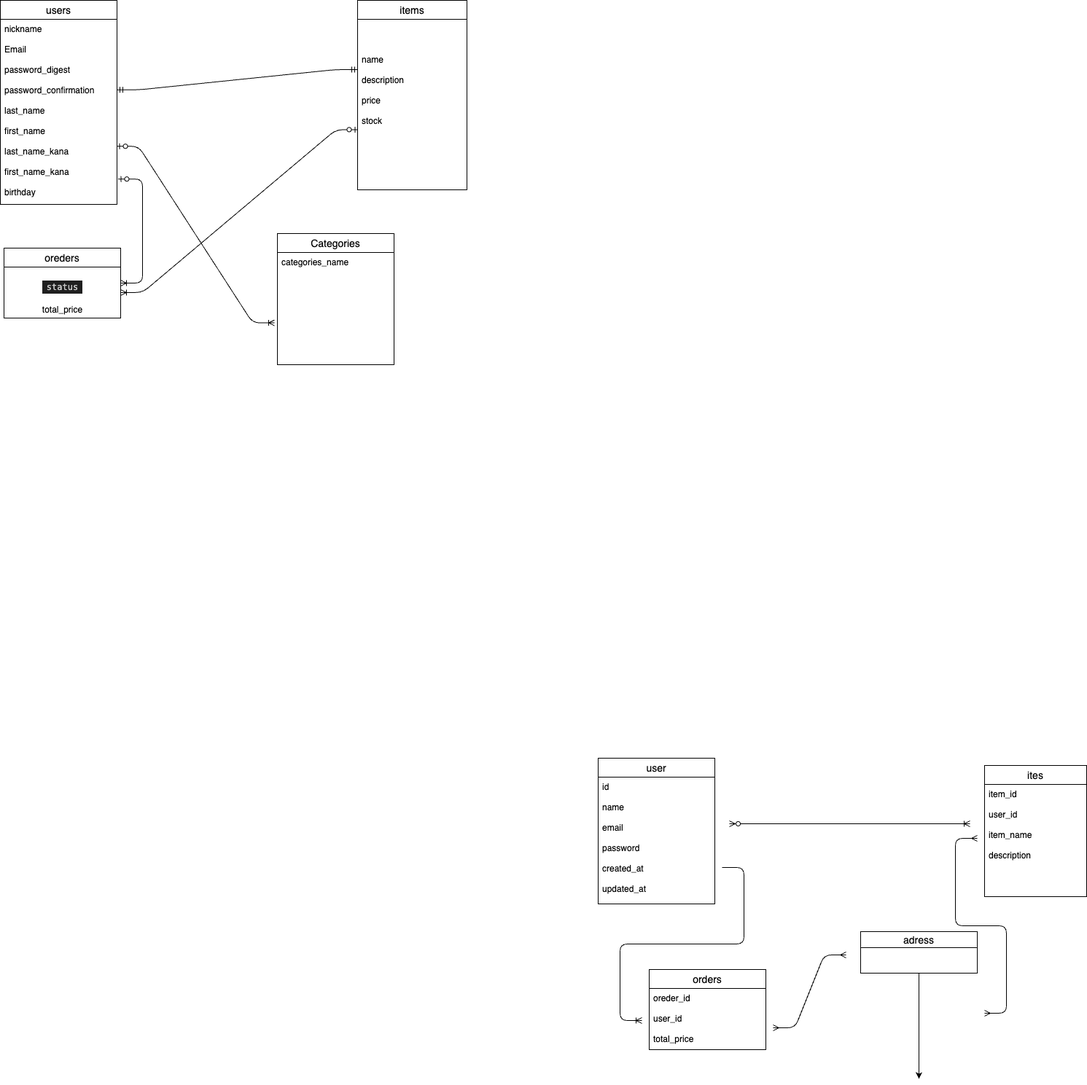
The draw.io diagram drow/furima.drawio.png in takashi14-07/furima-41447, before a commit. Source tidied: cells renumbered, new cells last; positions are measured from the earlier drawing's top-left corner, leaving out a move shared by most shapes.
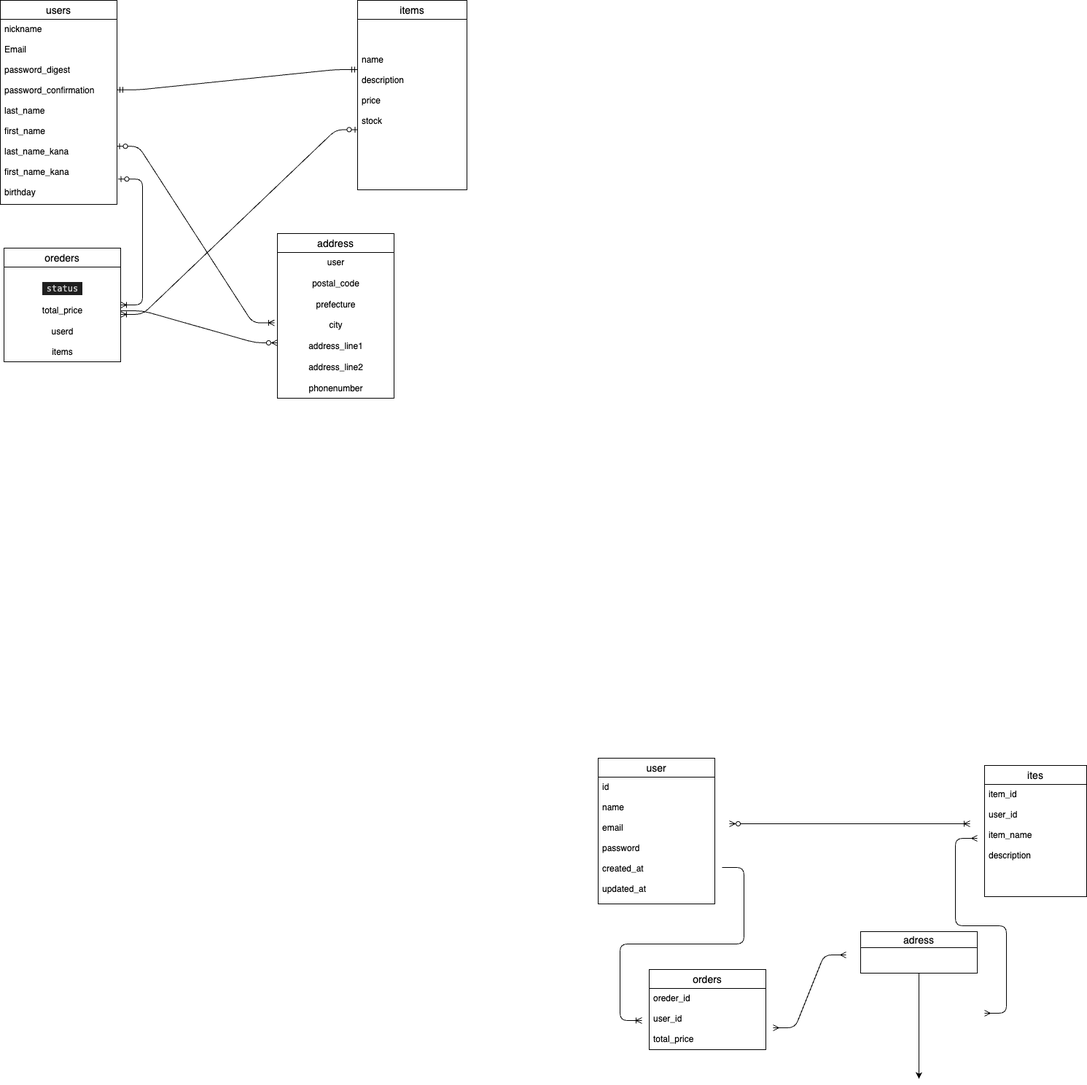
After the commit.

Diff of the diagram source:
```diff
@@ -71,22 +71,24 @@
       <mxGeometry y="26" width="150" height="234" as="geometry" />
     </mxCell>
     <mxCell id="19" value="oreders" style="swimlane;fontStyle=0;horizontal=1;startSize=26;align=center;fontSize=14;" parent="1" vertex="1">
-      <mxGeometry x="5" y="340" width="160" height="96" as="geometry" />
+      <mxGeometry x="5" y="340" width="160" height="156" as="geometry" />
     </mxCell>
-    <mxCell id="20" value="&lt;br&gt;&lt;div style=&quot;color: rgb(204, 204, 204); background-color: rgb(31, 31, 31); font-family: Menlo, Monaco, &amp;quot;Courier New&amp;quot;, monospace; line-height: 18px;&quot;&gt;status&lt;/div&gt;&lt;br&gt;total_price" style="text;html=1;align=center;verticalAlign=middle;points=[];strokeColor=none;fillColor=none;" parent="19" vertex="1">
-      <mxGeometry y="26" width="160" height="70" as="geometry" />
+    <mxCell id="20" value="&lt;br&gt;&lt;div style=&quot;color: rgb(204, 204, 204); background-color: rgb(31, 31, 31); font-family: Menlo, Monaco, &amp;quot;Courier New&amp;quot;, monospace; line-height: 18px;&quot;&gt;status&lt;/div&gt;&lt;br&gt;total_price&lt;br&gt;&lt;br&gt;userd&lt;br&gt;&lt;br&gt;items" style="text;html=1;align=center;verticalAlign=middle;points=[];strokeColor=none;fillColor=none;" parent="19" vertex="1">
+      <mxGeometry y="26" width="160" height="130" as="geometry" />
     </mxCell>
-    <mxCell id="21" value="Categories" style="swimlane;fontStyle=0;horizontal=1;startSize=26;align=center;fontSize=14;" parent="1" vertex="1">
-      <mxGeometry x="380" y="320" width="160" height="180" as="geometry" />
+    <mxCell id="21" value="address" style="swimlane;fontStyle=0;horizontal=1;startSize=26;align=center;fontSize=14;" parent="1" vertex="1">
+      <mxGeometry x="380" y="320" width="160" height="226" as="geometry" />
     </mxCell>
-    <mxCell id="22" value="categories_name" style="text;strokeColor=none;fillColor=none;spacingLeft=4;spacingRight=4;overflow=hidden;points=[[0,0.5],[1,0.5]];portConstraint=eastwest;fontSize=12;" parent="21" vertex="1">
-      <mxGeometry y="26" width="160" height="154" as="geometry" />
-    </mxCell>
+    <mxCell id="27" value="user&lt;br&gt;&lt;br&gt;postal_code&lt;br&gt;&lt;br&gt;prefecture&lt;br&gt;&lt;br&gt;city&lt;br&gt;&lt;br&gt;address_line1&lt;br&gt;&lt;br&gt;address_line2&lt;br&gt;&lt;br&gt;phonenumber" style="text;html=1;align=center;verticalAlign=middle;strokeColor=none;fillColor=none;" parent="21" vertex="1">
+      <mxGeometry y="26" width="160" height="200" as="geometry" />
+    </mxCell>
     <mxCell id="23" style="edgeStyle=entityRelationEdgeStyle;fontSize=12;html=1;endArrow=ERoneToMany;startArrow=ERzeroToOne;exitX=0.003;exitY=0.647;exitDx=0;exitDy=0;exitPerimeter=0;" parent="1" edge="1" source="18" target="20">
       <mxGeometry relative="1" as="geometry" />
     </mxCell>
-    <mxCell id="24" style="edgeStyle=entityRelationEdgeStyle;fontSize=12;html=1;endArrow=ERoneToMany;startArrow=ERzeroToOne;exitX=0.997;exitY=0.686;exitDx=0;exitDy=0;exitPerimeter=0;entryX=-0.025;entryY=0.627;entryDx=0;entryDy=0;entryPerimeter=0;" parent="1" edge="1" source="16" target="22">
-      <mxGeometry relative="1" as="geometry" />
+    <mxCell id="24" style="edgeStyle=entityRelationEdgeStyle;fontSize=12;html=1;endArrow=ERoneToMany;startArrow=ERzeroToOne;exitX=0.997;exitY=0.686;exitDx=0;exitDy=0;exitPerimeter=0;entryX=-0.025;entryY=0.627;entryDx=0;entryDy=0;entryPerimeter=0;" parent="1" edge="1" source="16">
+      <mxGeometry relative="1" as="geometry">
+        <mxPoint x="376" y="442.6" as="targetPoint" />
+      </mxGeometry>
     </mxCell>
     <mxCell id="25" style="edgeStyle=entityRelationEdgeStyle;fontSize=12;html=1;endArrow=ERoneToMany;startArrow=ERzeroToOne;exitX=1.009;exitY=0.863;exitDx=0;exitDy=0;exitPerimeter=0;" parent="1" edge="1" source="16" target="19">
       <mxGeometry relative="1" as="geometry" />
@@ -96,5 +98,11 @@
         <mxPoint x="490" y="95" as="targetPoint" />
       </mxGeometry>
     </mxCell>
+    <mxCell id="28" style="edgeStyle=entityRelationEdgeStyle;fontSize=12;html=1;endArrow=ERzeroToMany;endFill=1;" parent="1" edge="1">
+      <mxGeometry relative="1" as="geometry">
+        <mxPoint x="165" y="426" as="sourcePoint" />
+        <mxPoint x="380" y="470" as="targetPoint" />
+      </mxGeometry>
+    </mxCell>
   </root>
 </mxGraphModel>
```
